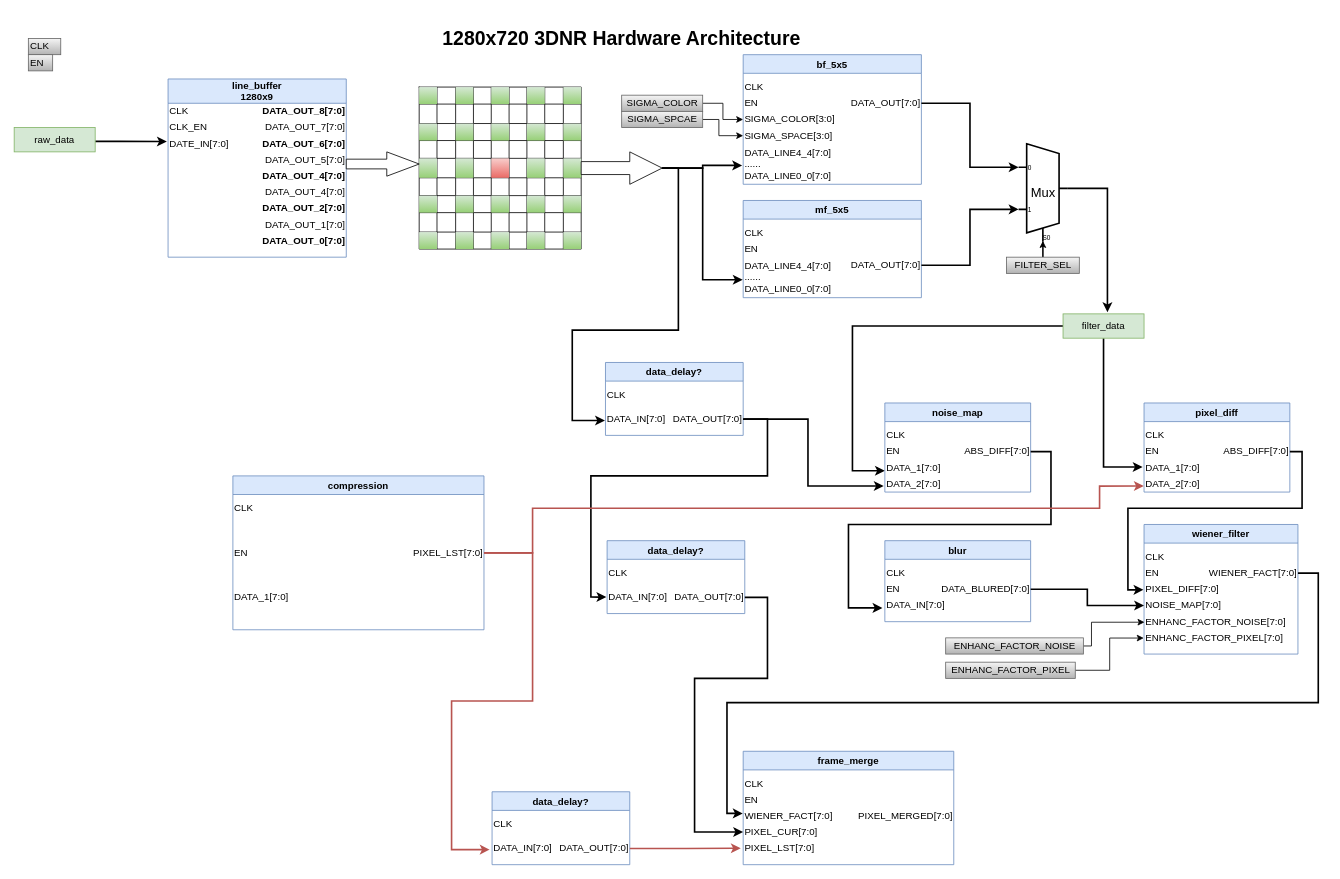
This is page "ModulePartation" (2 of 2) of 3DNR/3DNR_hardware.drawio from sustcsugar/draw.io, a draw.io file, before an edit. Source tidied: cells renumbered, new cells numbered last; positions are measured from the earlier drawing's top-left corner, leaving out a move shared by most shapes. Both pictures are drawn from the tidied source at 81%, with x=0, y=0 at pixel (14, 22).
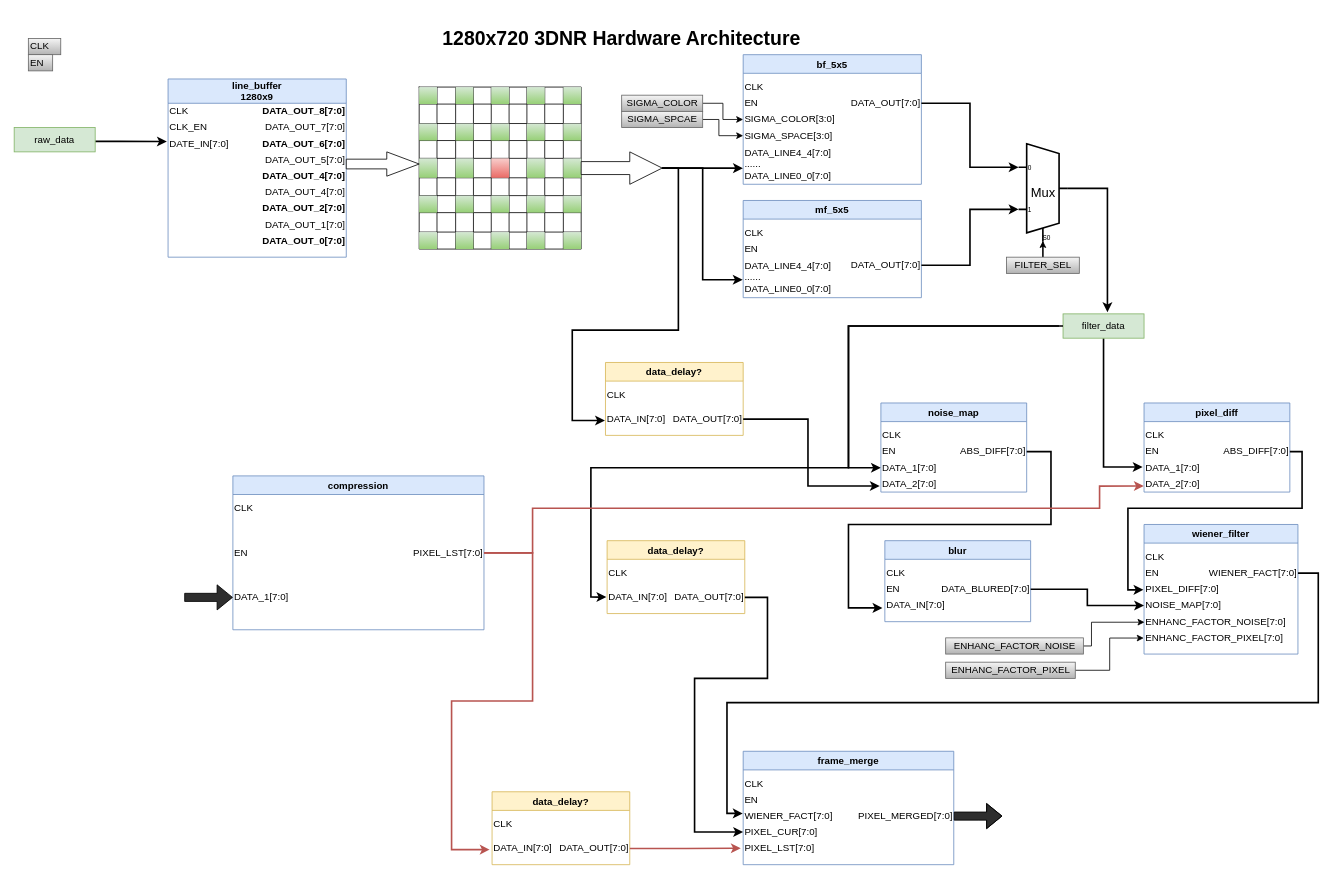
Above is the later version.

Commit message:
2021-11-08 21:12:48 from SHI Gang

Unchanged cells that the change refers to:
```xml
<mxCell id="5" value="DATA_LINE4_4[7:0]&lt;br&gt;......&lt;br&gt;DATA_LINE0_0[7:0]" style="text;html=1;align=left;verticalAlign=middle;points=[];strokeColor=none;fillColor=none;" parent="2" vertex="1">
  <mxGeometry y="110" width="120" height="50" as="geometry" />
</mxCell>
<mxCell id="20" value="filter_data" style="rounded=0;whiteSpace=wrap;html=1;align=center;fillColor=#d5e8d4;strokeColor=#82b366;" parent="1" vertex="1">
  <mxGeometry x="1294.9" y="360" width="100" height="30" as="geometry" />
</mxCell>
<mxCell id="30" value="DATA_1[7:0]" style="text;html=1;align=left;verticalAlign=middle;points=[];strokeColor=none;fillColor=none;" parent="27" vertex="1">
  <mxGeometry y="70" width="80" height="20" as="geometry" />
</mxCell>
<mxCell id="160" style="html=1;shadow=0;dashed=0;align=center;verticalAlign=middle;shape=mxgraph.arrows2.arrow;dy=0.6;dx=40;notch=0;" parent="1" vertex="1">
  <mxGeometry x="700" y="160" width="100" height="40" as="geometry" />
</mxCell>
<mxCell id="169" value="DATA_OUT[7:0]" style="text;html=1;align=right;verticalAlign=middle;points=[];strokeColor=none;fillColor=none;" parent="167" vertex="1">
  <mxGeometry x="70" y="60" width="100" height="20" as="geometry" />
</mxCell>
<mxCell id="186" value="PIXEL_MERGED[7:0]" style="text;html=1;align=right;verticalAlign=middle;points=[];strokeColor=none;fillColor=none;" parent="183" vertex="1">
  <mxGeometry x="130" y="70" width="130" height="20" as="geometry" />
</mxCell>
<mxCell id="192" value="DATA_IN[7:0]" style="text;html=1;align=left;verticalAlign=middle;points=[];strokeColor=none;fillColor=none;" parent="191" vertex="1">
  <mxGeometry y="60" width="90" height="20" as="geometry" />
</mxCell>
```

What changed in the source:
```diff
@@
-    <mxCell id="18" style="edgeStyle=orthogonalEdgeStyle;rounded=0;jettySize=auto;html=1;entryX=0;entryY=0.68;entryDx=0;entryDy=0;entryPerimeter=0;strokeWidth=2;" parent="1" edge="1" source="20" target="30">
+    <mxCell id="18" style="edgeStyle=orthogonalEdgeStyle;rounded=0;jettySize=auto;html=1;strokeWidth=2;" parent="1" edge="1" target="30">
       <mxGeometry relative="1" as="geometry">
+        <mxPoint x="1289.9" y="375" as="sourcePoint" />
         <Array as="points">
-          <mxPoint x="1034.9" y="375" />
-          <mxPoint x="1034.9" y="554" />
+          <mxPoint x="1030" y="375" />
+          <mxPoint x="1030" y="550" />
         </Array>
       </mxGeometry>
     </mxCell>
@@
     <mxCell id="27" value="noise_map" style="swimlane;align=center;fillColor=#dae8fc;strokeColor=#6c8ebf;" parent="1" vertex="1">
-      <mxGeometry x="1074.9" y="470" width="180" height="110" as="geometry" />
+      <mxGeometry x="1070" y="470" width="180" height="110" as="geometry" />
     </mxCell>
@@
-    <mxCell id="157" style="edgeStyle=orthogonalEdgeStyle;rounded=0;jettySize=auto;html=1;exitX=1;exitY=0.5;exitDx=0;exitDy=0;exitPerimeter=0;entryX=-0.011;entryY=0.534;entryDx=0;entryDy=0;entryPerimeter=0;strokeWidth=2;" parent="1" edge="1" source="160" target="5">
+    <mxCell id="157" style="edgeStyle=orthogonalEdgeStyle;rounded=0;jettySize=auto;html=1;exitX=1;exitY=0.5;exitDx=0;exitDy=0;exitPerimeter=0;entryX=-0.003;entryY=0.602;entryDx=0;entryDy=0;entryPerimeter=0;strokeWidth=2;" parent="1" edge="1" source="160" target="5">
       <mxGeometry relative="1" as="geometry">
         <Array as="points">
-          <mxPoint x="850" y="180" />
-          <mxPoint x="850" y="177" />
+          <mxPoint x="900" y="180" />
         </Array>
       </mxGeometry>
     </mxCell>
@@
-    <mxCell id="167" value="data_delay?" style="swimlane;fillColor=#dae8fc;strokeColor=#6c8ebf;" parent="1" vertex="1">
+    <mxCell id="167" value="data_delay?" style="swimlane;fillColor=#fff2cc;strokeColor=#d6b656;" parent="1" vertex="1">
       <mxGeometry x="730" y="420" width="170" height="90" as="geometry" />
     </mxCell>
@@
-    <mxCell id="191" value="data_delay?" style="swimlane;fillColor=#dae8fc;strokeColor=#6c8ebf;" parent="1" vertex="1">
+    <mxCell id="191" value="data_delay?" style="swimlane;fillColor=#fff2cc;strokeColor=#d6b656;" parent="1" vertex="1">
       <mxGeometry x="732" y="640" width="170" height="90" as="geometry" />
     </mxCell>
@@
-    <mxCell id="195" value="data_delay?" style="swimlane;fillColor=#dae8fc;strokeColor=#6c8ebf;" parent="1" vertex="1">
+    <mxCell id="195" value="data_delay?" style="swimlane;fillColor=#fff2cc;strokeColor=#d6b656;" parent="1" vertex="1">
       <mxGeometry x="590" y="950" width="170" height="90" as="geometry" />
     </mxCell>
@@
-    <mxCell id="199" style="edgeStyle=orthogonalEdgeStyle;rounded=0;jettySize=auto;html=1;entryX=-0.01;entryY=0.482;entryDx=0;entryDy=0;entryPerimeter=0;strokeWidth=2;" parent="1" edge="1" source="169" target="192">
+    <mxCell id="199" style="edgeStyle=orthogonalEdgeStyle;rounded=0;jettySize=auto;html=1;entryX=-0.01;entryY=0.482;entryDx=0;entryDy=0;entryPerimeter=0;strokeWidth=2;exitX=0;exitY=0.5;exitDx=0;exitDy=0;" parent="1" edge="1" source="20" target="192">
       <mxGeometry relative="1" as="geometry">
         <Array as="points">
-          <mxPoint x="930" y="490" />
-          <mxPoint x="930" y="560" />
-          <mxPoint x="712" y="560" />
+          <mxPoint x="1030" y="375" />
+          <mxPoint x="1030" y="550" />
+          <mxPoint x="712" y="550" />
           <mxPoint x="712" y="710" />
         </Array>
       </mxGeometry>
     </mxCell>
@@
+    <mxCell id="204" style="edgeStyle=orthogonalEdgeStyle;rounded=0;jettySize=auto;html=1;shape=flexArrow;fillColor=#2E2E2E;" parent="1" edge="1" source="186">
+      <mxGeometry relative="1" as="geometry">
+        <mxPoint x="1220" y="980" as="targetPoint" />
+      </mxGeometry>
+    </mxCell>
+    <mxCell id="205" style="edgeStyle=orthogonalEdgeStyle;rounded=0;orthogonalLoop=1;jettySize=auto;html=1;shape=flexArrow;fillColor=#2E2E2E;" parent="1" edge="1">
+      <mxGeometry relative="1" as="geometry">
+        <mxPoint x="210" y="710" as="sourcePoint" />
+        <mxPoint x="270" y="710" as="targetPoint" />
+      </mxGeometry>
+    </mxCell>
```
